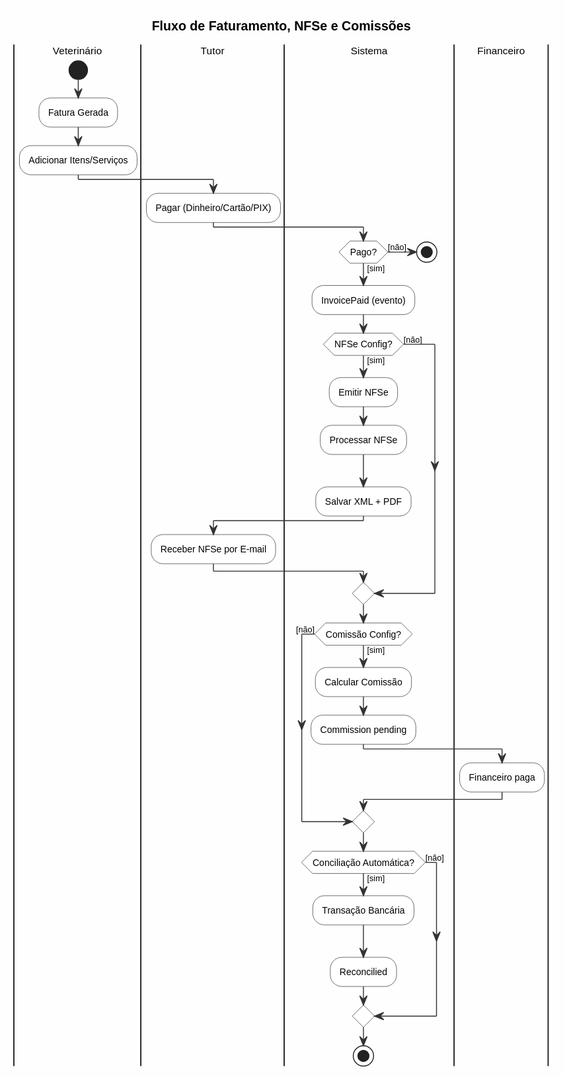
hlmitecnologia/vetessence keeps this PlantUML diagram as resources/docs/diagrams/15-fluxo-fatura.svg. Above is the earlier version.
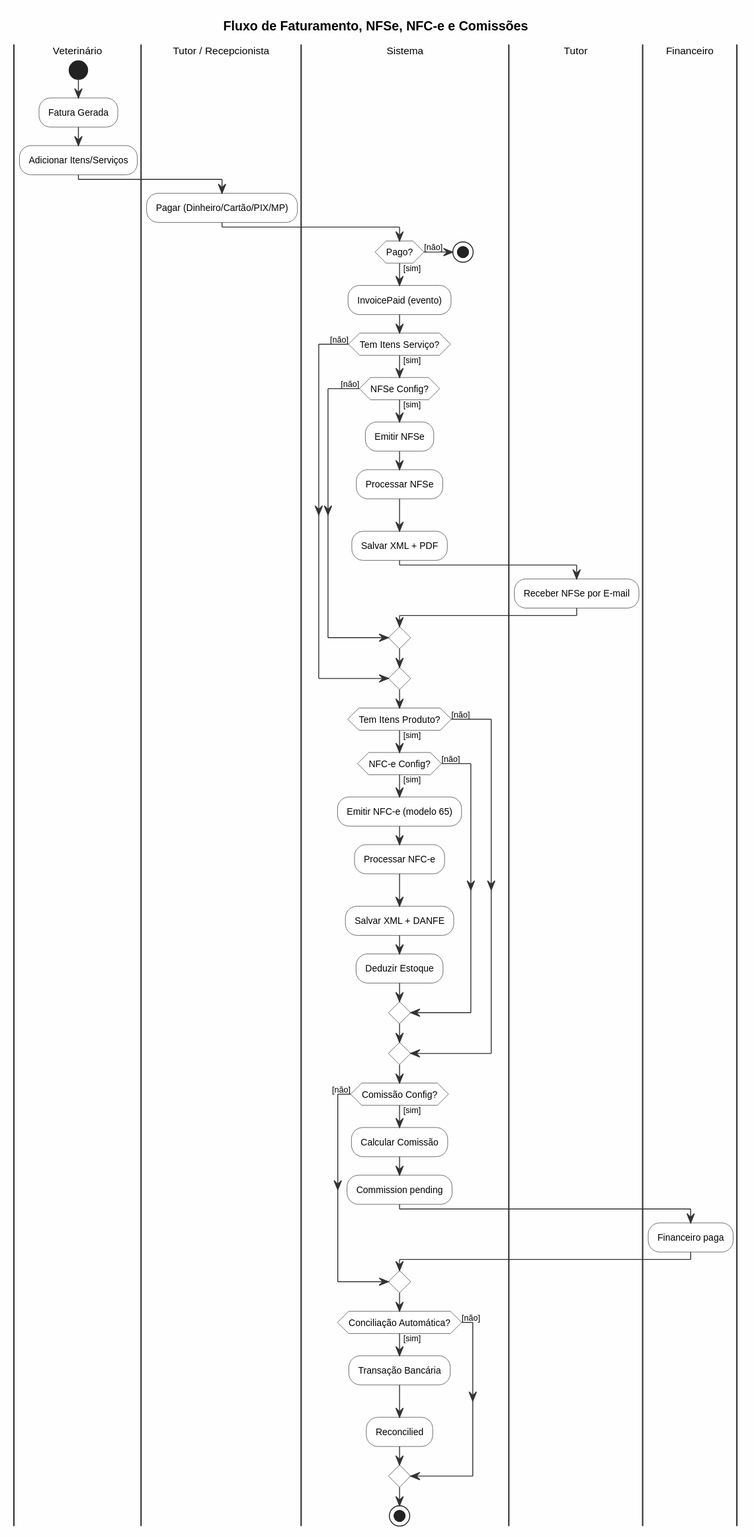
Above is the later version.

Diff of the diagram source:
```diff
@@ -1,27 +1,42 @@
 @startuml
 !include _common.puml
 
-title Fluxo de Faturamento, NFSe e Comissões
+title Fluxo de Faturamento, NFSe, NFC-e e Comissões
 
 |Veterinário|
 start
 :Fatura Gerada;
 :Adicionar Itens/Serviços;
-|Tutor|
-:Pagar (Dinheiro/Cartão/PIX);
+
+|Tutor / Recepcionista|
+:Pagar (Dinheiro/Cartão/PIX/MP);
 
 |Sistema|
 if (Pago?) then ([não])
   stop
 else ([sim])
   :InvoicePaid (evento);
-  if (NFSe Config?) then ([não])
+  if (Tem Itens Serviço?) then ([não])
   else ([sim])
-    :Emitir NFSe;
-    :Processar NFSe;
-    :Salvar XML + PDF;
-    |Tutor|
-    :Receber NFSe por E-mail;
+    if (NFSe Config?) then ([não])
+    else ([sim])
+      :Emitir NFSe;
+      :Processar NFSe;
+      :Salvar XML + PDF;
+      |Tutor|
+      :Receber NFSe por E-mail;
+    endif
+  endif
+  |Sistema|
+  if (Tem Itens Produto?) then ([não])
+  else ([sim])
+    if (NFC-e Config?) then ([não])
+    else ([sim])
+      :Emitir NFC-e (modelo 65);
+      :Processar NFC-e;
+      :Salvar XML + DANFE;
+      :Deduzir Estoque;
+    endif
   endif
   |Sistema|
   if (Comissão Config?) then ([não])
```
